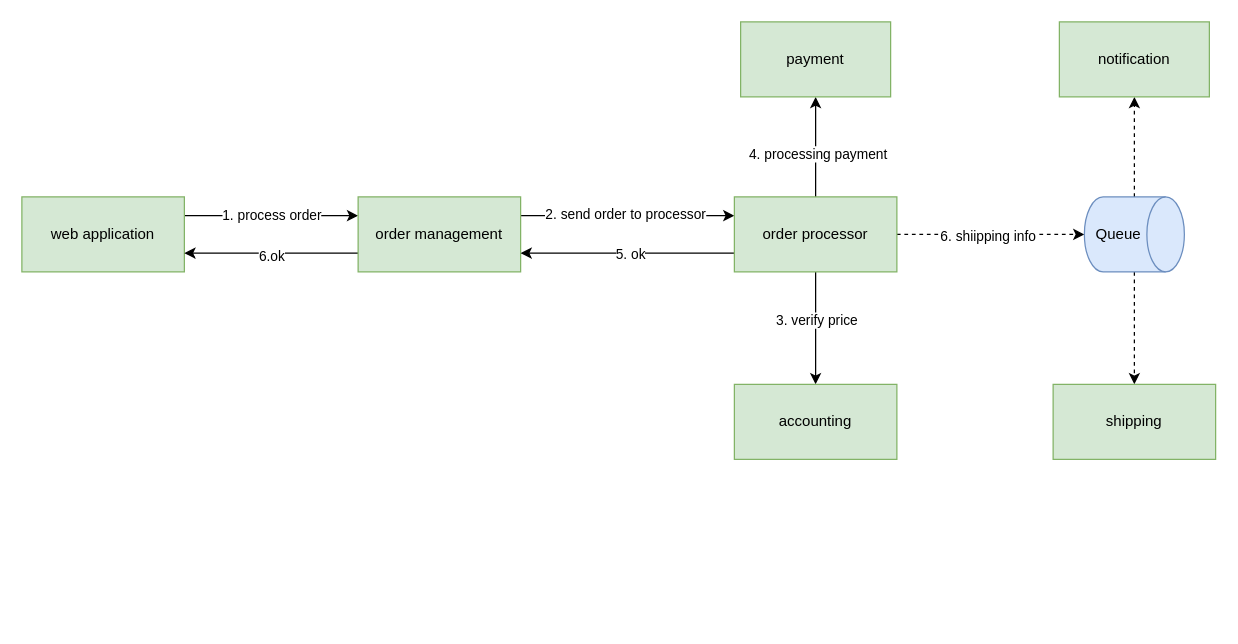
movies-albrains/.github keeps this draw.io diagram as workflows/order_processor_movie.drawio. Above is the earlier version. Source tidied: cells renumbered, new cells numbered last; positions are measured from the earlier drawing's top-left corner, leaving out a move shared by most shapes. Both pictures are drawn from the tidied source at 125%, with x=0, y=0 at pixel (21, 21).
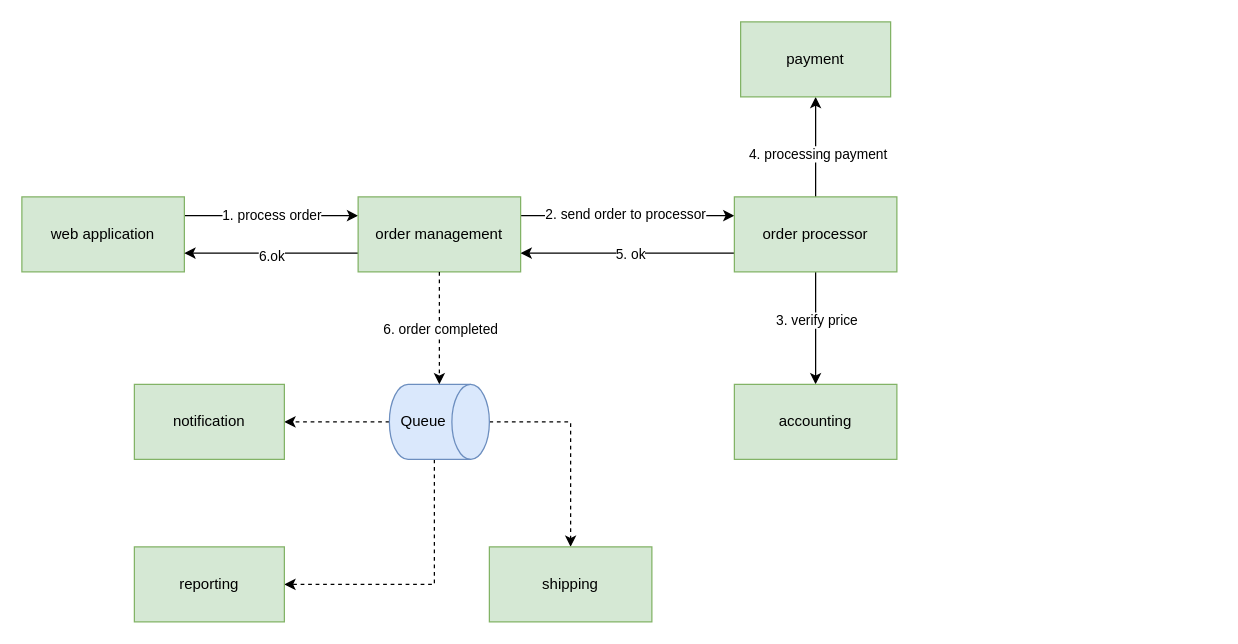
Above is the later version.

Commit message:
Mettre à jour order_processor_movie.drawio

The change refers to these unchanged cells:
```xml
<mxCell id="9" value="order management" style="rounded=0;whiteSpace=wrap;html=1;fillColor=#d5e8d4;strokeColor=#82b366;" parent="1" vertex="1">
  <mxGeometry x="269" y="140" width="130" height="60" as="geometry" />
</mxCell>
<mxCell id="18" value="order processor" style="rounded=0;whiteSpace=wrap;html=1;fillColor=#d5e8d4;strokeColor=#82b366;" parent="1" vertex="1">
  <mxGeometry x="570" y="140" width="130" height="60" as="geometry" />
</mxCell>
```

What changed in the source:
```diff
@@
-    <mxCell id="16" style="edgeStyle=orthogonalEdgeStyle;rounded=0;jettySize=auto;html=1;dashed=1;" parent="1" edge="1" source="18" target="23">
-      <mxGeometry relative="1" as="geometry" />
-    </mxCell>
-    <mxCell id="17" value="6. shiipping info" style="edgeLabel;html=1;align=center;verticalAlign=middle;" parent="16" vertex="1">
-      <mxGeometry x="-0.04" y="-1" relative="1" as="geometry" />
-    </mxCell>
@@
-    <mxCell id="21" style="edgeStyle=orthogonalEdgeStyle;rounded=0;jettySize=auto;html=1;dashed=1;" parent="1" edge="1" source="23" target="24">
+    <mxCell id="21" style="edgeStyle=orthogonalEdgeStyle;rounded=0;jettySize=auto;html=1;exitX=0.5;exitY=0;exitDx=0;exitDy=0;exitPerimeter=0;entryX=0.5;entryY=0;entryDx=0;entryDy=0;dashed=1;" parent="1" edge="1" source="23" target="24">
       <mxGeometry relative="1" as="geometry" />
     </mxCell>
+    <mxCell id="26" style="edgeStyle=orthogonalEdgeStyle;rounded=0;jettySize=auto;html=1;entryX=1;entryY=0.5;entryDx=0;entryDy=0;dashed=1;" parent="1" edge="1" source="23" target="27">
+      <mxGeometry relative="1" as="geometry">
+        <Array as="points">
+          <mxPoint x="330" y="450" />
+        </Array>
+      </mxGeometry>
+    </mxCell>
-    <mxCell id="22" style="edgeStyle=orthogonalEdgeStyle;rounded=0;jettySize=auto;html=1;entryX=0.5;entryY=1;entryDx=0;entryDy=0;dashed=1;" parent="1" edge="1" source="23" target="25">
+    <mxCell id="22" style="edgeStyle=orthogonalEdgeStyle;rounded=0;jettySize=auto;html=1;entryX=1;entryY=0.5;entryDx=0;entryDy=0;dashed=1;" parent="1" edge="1" source="23" target="25">
       <mxGeometry relative="1" as="geometry" />
     </mxCell>
     <mxCell id="23" value="Queue" style="shape=cylinder3;whiteSpace=wrap;html=1;boundedLbl=1;backgroundOutline=1;size=15;direction=south;fillColor=#dae8fc;strokeColor=#6c8ebf;" parent="1" vertex="1">
-      <mxGeometry x="850" y="140" width="80" height="60" as="geometry" />
+      <mxGeometry x="294" y="290" width="80" height="60" as="geometry" />
     </mxCell>
     <mxCell id="24" value="shipping" style="rounded=0;whiteSpace=wrap;html=1;fillColor=#d5e8d4;strokeColor=#82b366;" parent="1" vertex="1">
-      <mxGeometry x="825" y="290" width="130" height="60" as="geometry" />
+      <mxGeometry x="374" y="420" width="130" height="60" as="geometry" />
     </mxCell>
     <mxCell id="25" value="notification" style="whiteSpace=wrap;html=1;fillColor=#d5e8d4;strokeColor=#82b366;rounded=0;" parent="1" vertex="1">
-      <mxGeometry x="830" width="120" height="60" as="geometry" />
+      <mxGeometry x="90" y="290" width="120" height="60" as="geometry" />
     </mxCell>
+    <mxCell id="27" value="reporting" style="whiteSpace=wrap;html=1;fillColor=#d5e8d4;strokeColor=#82b366;rounded=0;" parent="1" vertex="1">
+      <mxGeometry x="90" y="420" width="120" height="60" as="geometry" />
+    </mxCell>
+    <mxCell id="28" style="edgeStyle=orthogonalEdgeStyle;rounded=0;jettySize=auto;html=1;entryX=0;entryY=0.5;entryDx=0;entryDy=0;entryPerimeter=0;dashed=1;" parent="1" edge="1" source="9" target="23">
+      <mxGeometry relative="1" as="geometry" />
+    </mxCell>
+    <mxCell id="29" value="6. order completed" style="edgeLabel;html=1;align=center;verticalAlign=middle;" parent="28" vertex="1">
+      <mxGeometry relative="1" as="geometry" />
+    </mxCell>
```
